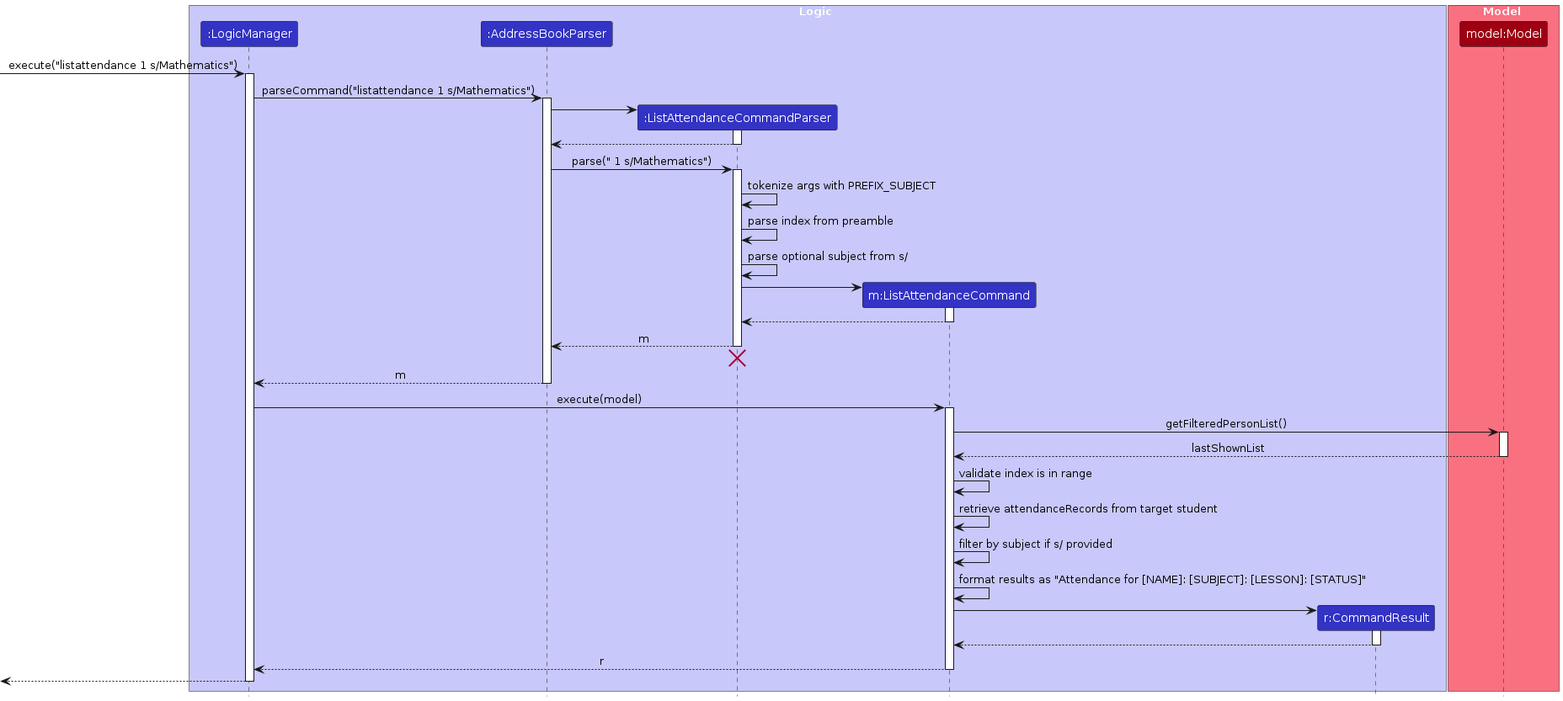
AY2526S2-CS2103T-T09-2/tp keeps this PlantUML diagram as diagrams/ListAttendanceSequenceDiagram.png. Above is the earlier version. Its source is kept beside it as diagrams/ListAttendanceSequenceDiagram.puml. The source it was exported from:
```plantuml
@startuml ListAttendanceSequenceDiagram
!include style.puml
skinparam ArrowFontStyle plain

box Logic LOGIC_COLOR_T1
participant ":LogicManager" as LogicManager LOGIC_COLOR
participant ":AddressBookParser" as AddressBookParser LOGIC_COLOR
participant ":ListAttendanceCommandParser" as ListAttendanceCommandParser LOGIC_COLOR
participant "m:ListAttendanceCommand" as ListAttendanceCommand LOGIC_COLOR
participant "r:CommandResult" as CommandResult LOGIC_COLOR
end box

box Model MODEL_COLOR_T1
participant "model:Model" as Model MODEL_COLOR
end box

[-> LogicManager : execute("listattendance 1 s/Mathematics")
activate LogicManager

LogicManager -> AddressBookParser : parseCommand("listattendance 1 s/Mathematics")
activate AddressBookParser

create ListAttendanceCommandParser
AddressBookParser -> ListAttendanceCommandParser
activate ListAttendanceCommandParser

ListAttendanceCommandParser --> AddressBookParser
deactivate ListAttendanceCommandParser

AddressBookParser -> ListAttendanceCommandParser : parse(" 1 s/Mathematics")
activate ListAttendanceCommandParser

ListAttendanceCommandParser -> ListAttendanceCommandParser : tokenize args with PREFIX_SUBJECT
ListAttendanceCommandParser -> ListAttendanceCommandParser : parse index from preamble
ListAttendanceCommandParser -> ListAttendanceCommandParser : parse optional subject from s/

create ListAttendanceCommand
ListAttendanceCommandParser -> ListAttendanceCommand
activate ListAttendanceCommand

ListAttendanceCommand --> ListAttendanceCommandParser
deactivate ListAttendanceCommand

ListAttendanceCommandParser --> AddressBookParser : m
deactivate ListAttendanceCommandParser
ListAttendanceCommandParser -[hidden]-> AddressBookParser
destroy ListAttendanceCommandParser

AddressBookParser --> LogicManager : m
deactivate AddressBookParser

LogicManager -> ListAttendanceCommand : execute(model)
activate ListAttendanceCommand

ListAttendanceCommand -> Model : getFilteredPersonList()
activate Model
Model --> ListAttendanceCommand : lastShownList
deactivate Model

ListAttendanceCommand -> ListAttendanceCommand : validate index is in range
ListAttendanceCommand -> ListAttendanceCommand : retrieve attendanceRecords from target student
ListAttendanceCommand -> ListAttendanceCommand : filter by subject if s/ provided
ListAttendanceCommand -> ListAttendanceCommand : format results as "Attendance for [NAME]: [SUBJECT]: [LESSON]: [STATUS]"

create CommandResult
ListAttendanceCommand -> CommandResult
activate CommandResult

CommandResult --> ListAttendanceCommand
deactivate CommandResult

ListAttendanceCommand --> LogicManager : r
deactivate ListAttendanceCommand

[<--LogicManager
deactivate LogicManager
@enduml
```
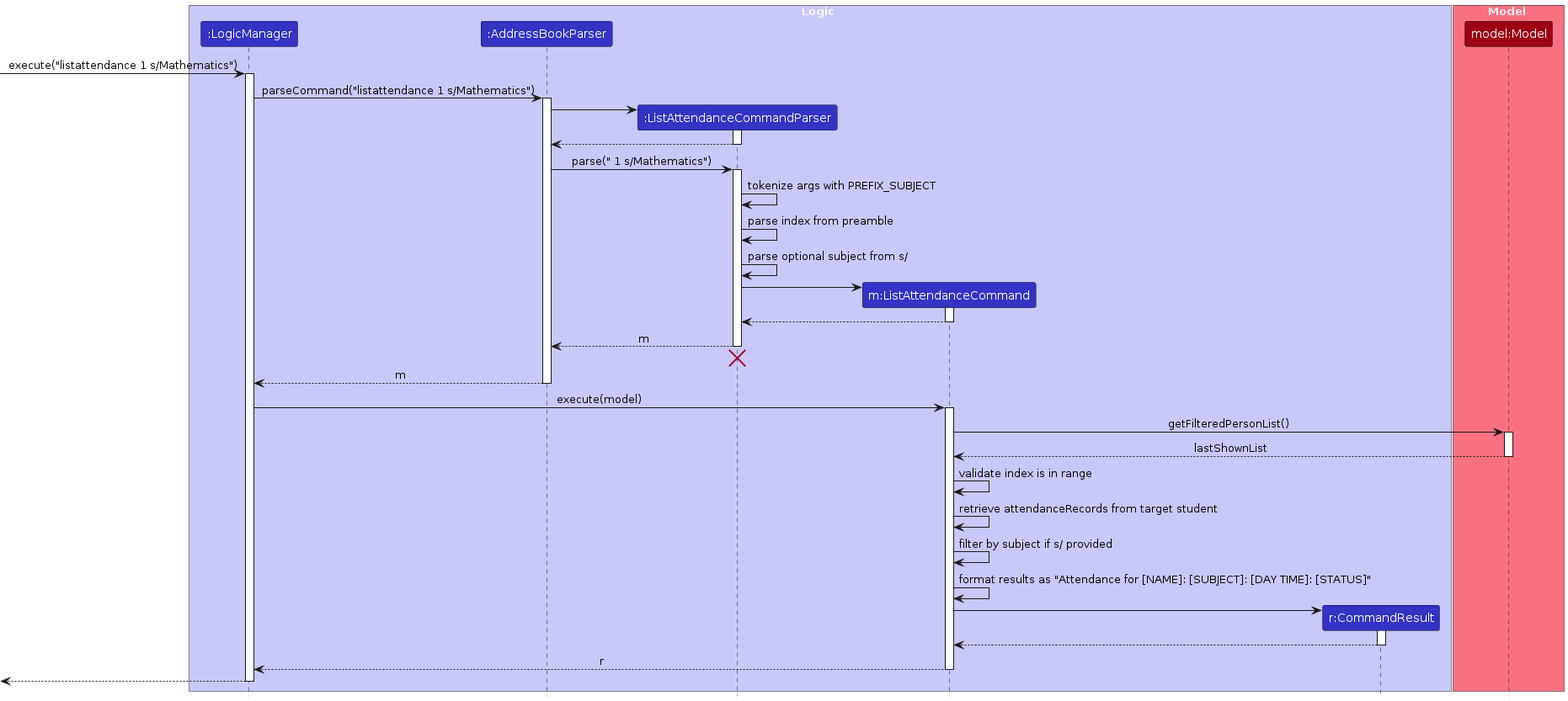
After the change.

Change to the diagram source:
```diff
@@ -60,7 +60,7 @@
 ListAttendanceCommand -> ListAttendanceCommand : validate index is in range
 ListAttendanceCommand -> ListAttendanceCommand : retrieve attendanceRecords from target student
 ListAttendanceCommand -> ListAttendanceCommand : filter by subject if s/ provided
-ListAttendanceCommand -> ListAttendanceCommand : format results as "Attendance for [NAME]: [SUBJECT]: [LESSON]: [STATUS]"
+ListAttendanceCommand -> ListAttendanceCommand : format results as "Attendance for [NAME]: [SUBJECT]: [DAY TIME]: [STATUS]"
 
 create CommandResult
 ListAttendanceCommand -> CommandResult
```
